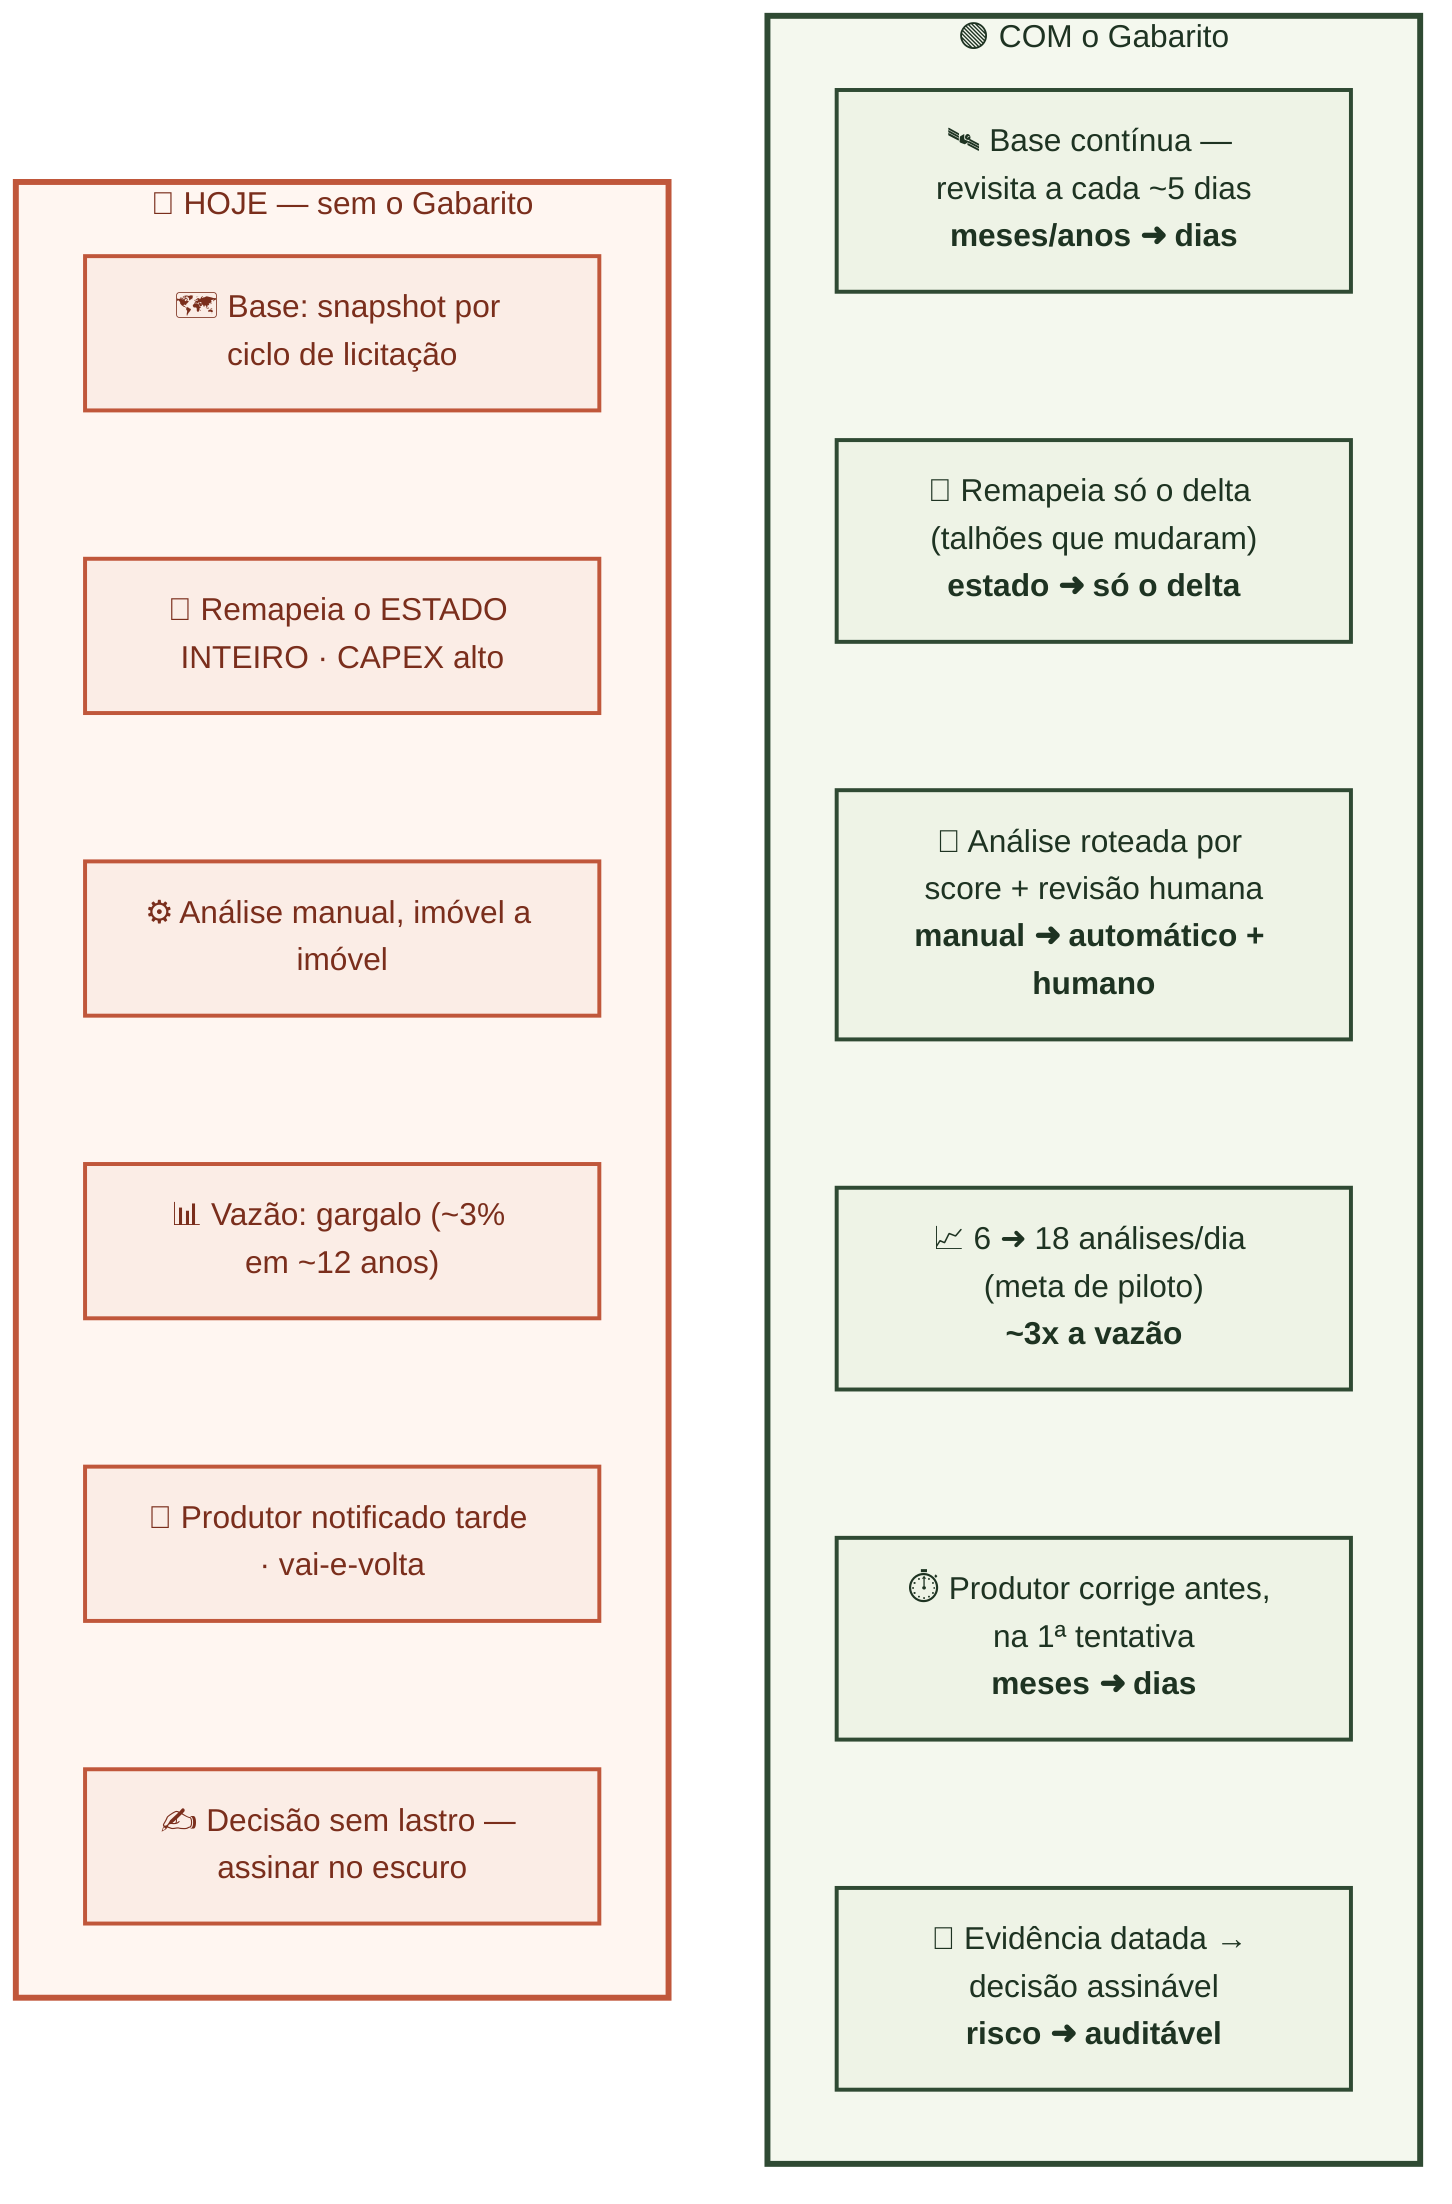
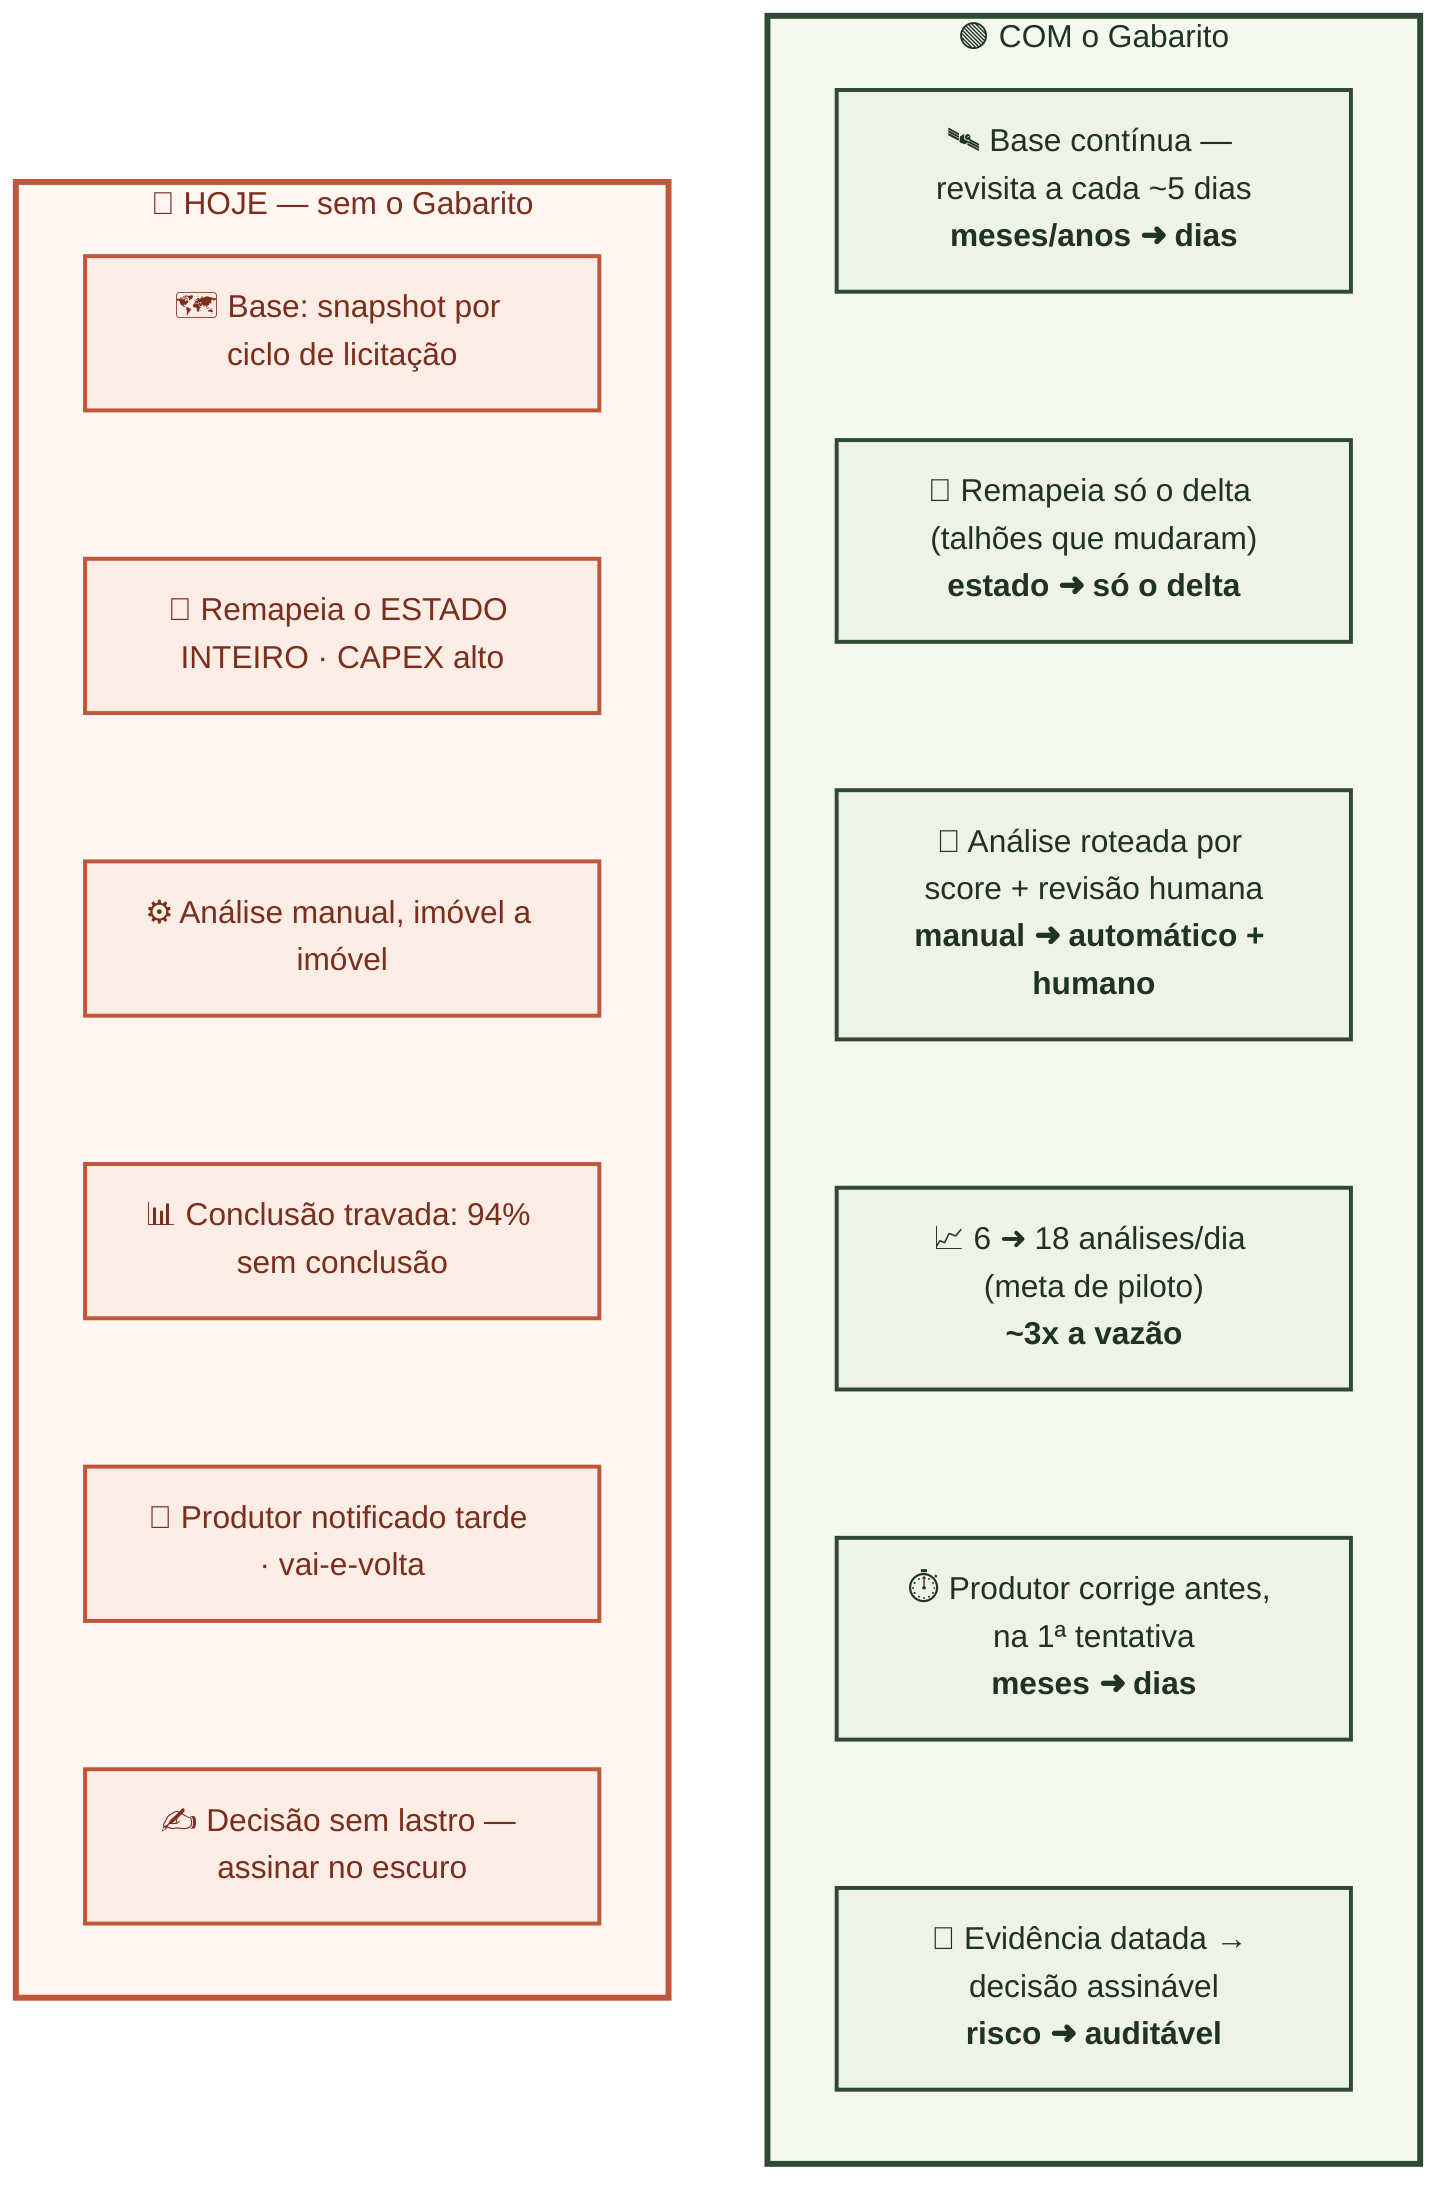
flowchart LR
    subgraph HOJE["🔴 HOJE — sem o Gabarito"]
        direction TB
        H1["🗺️ Base: snapshot por ciclo de licitação"]
        H2["📐 Remapeia o ESTADO INTEIRO · CAPEX alto"]
        H3["⚙️ Análise manual, imóvel a imóvel"]
-         H4["📊 Vazão: gargalo (~3% em ~12 anos)"]
+         H4["📊 Conclusão travada: 94% sem conclusão"]
        H5["📨 Produtor notificado tarde · vai-e-volta"]
        H6["✍️ Decisão sem lastro — assinar no escuro"]
        H1 ~~~ H2 ~~~ H3 ~~~ H4 ~~~ H5 ~~~ H6
    end
    subgraph GAB["🟢 COM o Gabarito"]
        direction TB
        G1["🛰️ Base contínua — revisita a cada ~5 dias<br/><b>meses/anos ➜ dias</b>"]
        G2["🎯 Remapeia só o delta (talhões que mudaram)<br/><b>estado ➜ só o delta</b>"]
        G3["🤖 Análise roteada por score + revisão humana<br/><b>manual ➜ automático + humano</b>"]
        G4["📈 6 ➜ 18 análises/dia (meta de piloto)<br/><b>~3x a vazão</b>"]
        G5["⏱️ Produtor corrige antes, na 1ª tentativa<br/><b>meses ➜ dias</b>"]
        G6["🔏 Evidência datada → decisão assinável<br/><b>risco ➜ auditável</b>"]
        G1 ~~~ G2 ~~~ G3 ~~~ G4 ~~~ G5 ~~~ G6
    end
    HOJE ~~~ GAB

    classDef hoje fill:#FBEDE6,stroke:#C0573B,stroke-width:2px,color:#7A2E1C
    classDef gab fill:#EEF3E6,stroke:#2F4A33,stroke-width:2px,color:#1E3322
    class H1,H2,H3,H4,H5,H6 hoje
    class G1,G2,G3,G4,G5,G6 gab
    style HOJE fill:#FFF6F1,stroke:#C0573B,stroke-width:3px,color:#7A2E1C
    style GAB fill:#F4F8EE,stroke:#2F4A33,stroke-width:3px,color:#1E3322
